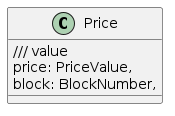
This is frame/oracle/design/images/images/price.png from ComposableFi/composable, a PlantUML export, as it was before one commit. Source of this version:
```plantuml
@startuml
class Price {
    /// value
	price: PriceValue,
	block: BlockNumber,
}
@enduml
```
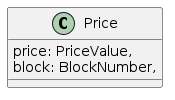
After the change.

What changed in the source:
```diff
@@ -1,6 +1,5 @@
 @startuml
 class Price {
-    /// value
 	price: PriceValue,
 	block: BlockNumber,
 }
```
